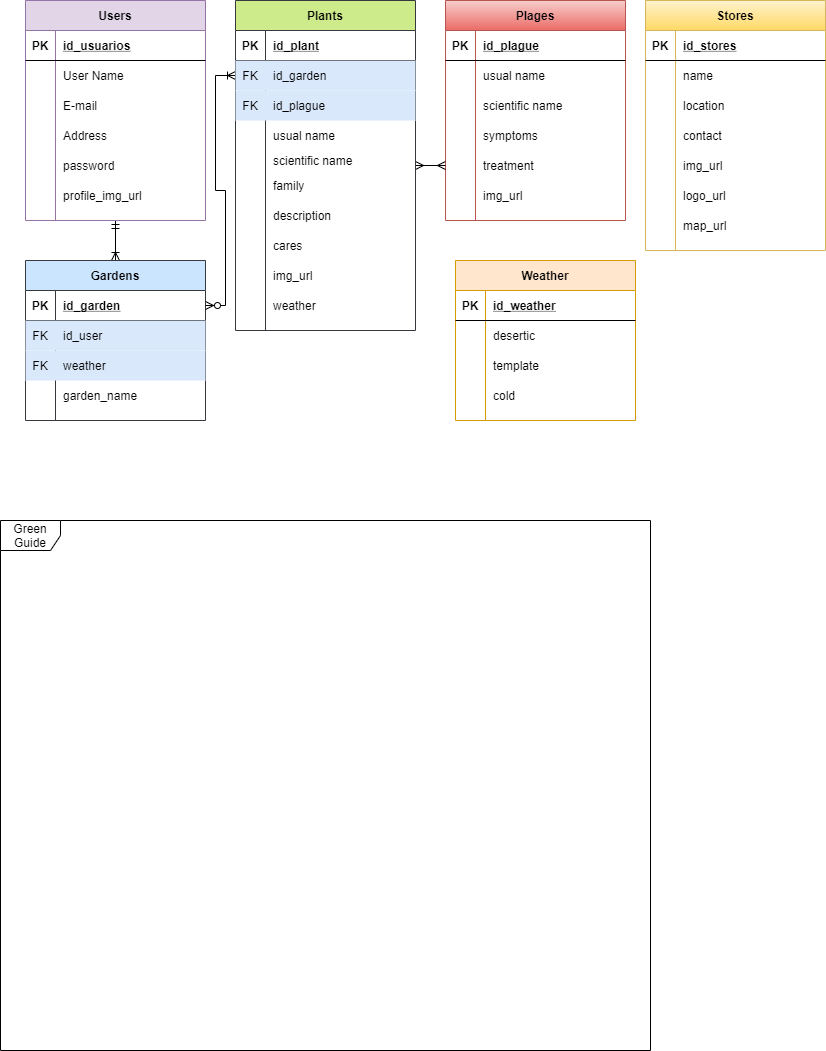
Before: Untitled Diagram.png, a diagram exported from draw.io (Green-Guide-utch/Entity-Relationship-Model). Source tidied: cells renumbered, new cells last; positions are measured from the earlier drawing's top-left corner, leaving out a move shared by most shapes.
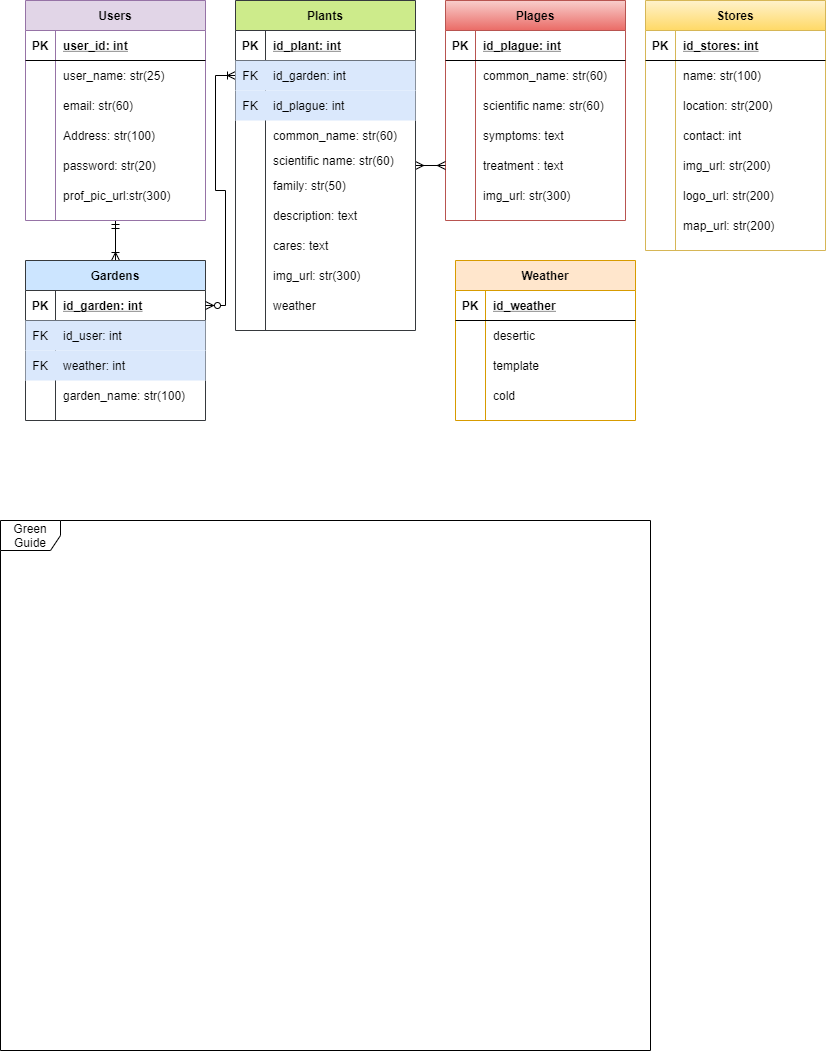
Later version of the same file.

The edit, as a diff of the source:
```diff
@@ -16,3 +16,3 @@
     </mxCell>
-    <mxCell id="6" value="id_plague" style="shape=partialRectangle;fillColor=none;top=0;left=0;bottom=0;right=0;align=left;spacingLeft=6;fontStyle=5;overflow=hidden;" parent="4" vertex="1">
+    <mxCell id="6" value="id_plague: int" style="shape=partialRectangle;fillColor=none;top=0;left=0;bottom=0;right=0;align=left;spacingLeft=6;fontStyle=5;overflow=hidden;" parent="4" vertex="1">
       <mxGeometry x="30" width="150" height="30" as="geometry" />
@@ -25,3 +25,3 @@
     </mxCell>
-    <mxCell id="9" value="usual name" style="shape=partialRectangle;fillColor=none;top=0;left=0;bottom=0;right=0;align=left;spacingLeft=6;overflow=hidden;" parent="7" vertex="1">
+    <mxCell id="9" value="common_name: str(60)" style="shape=partialRectangle;fillColor=none;top=0;left=0;bottom=0;right=0;align=left;spacingLeft=6;overflow=hidden;" parent="7" vertex="1">
       <mxGeometry x="30" width="150" height="30" as="geometry" />
@@ -34,3 +34,3 @@
     </mxCell>
-    <mxCell id="12" value="scientific name" style="shape=partialRectangle;fillColor=none;top=0;left=0;bottom=0;right=0;align=left;spacingLeft=6;overflow=hidden;" parent="10" vertex="1">
+    <mxCell id="12" value="scientific name: str(60)" style="shape=partialRectangle;fillColor=none;top=0;left=0;bottom=0;right=0;align=left;spacingLeft=6;overflow=hidden;" parent="10" vertex="1">
       <mxGeometry x="30" width="150" height="30" as="geometry" />
@@ -43,3 +43,3 @@
     </mxCell>
-    <mxCell id="15" value="symptoms" style="shape=partialRectangle;fillColor=none;top=0;left=0;bottom=0;right=0;align=left;spacingLeft=6;overflow=hidden;" parent="13" vertex="1">
+    <mxCell id="15" value="symptoms: text" style="shape=partialRectangle;fillColor=none;top=0;left=0;bottom=0;right=0;align=left;spacingLeft=6;overflow=hidden;" parent="13" vertex="1">
       <mxGeometry x="30" width="150" height="30" as="geometry" />
@@ -52,3 +52,3 @@
     </mxCell>
-    <mxCell id="18" value="treatment " style="shape=partialRectangle;fillColor=none;top=0;left=0;bottom=0;right=0;align=left;spacingLeft=6;overflow=hidden;" parent="16" vertex="1">
+    <mxCell id="18" value="treatment : text" style="shape=partialRectangle;fillColor=none;top=0;left=0;bottom=0;right=0;align=left;spacingLeft=6;overflow=hidden;" parent="16" vertex="1">
       <mxGeometry x="30" width="150" height="30" as="geometry" />
@@ -61,3 +61,3 @@
     </mxCell>
-    <mxCell id="21" value="img_url" style="shape=partialRectangle;fillColor=none;top=0;left=0;bottom=0;right=0;align=left;spacingLeft=6;overflow=hidden;" parent="19" vertex="1">
+    <mxCell id="21" value="img_url: str(300)" style="shape=partialRectangle;fillColor=none;top=0;left=0;bottom=0;right=0;align=left;spacingLeft=6;overflow=hidden;" parent="19" vertex="1">
       <mxGeometry x="30" width="150" height="30" as="geometry" />
@@ -79,3 +79,3 @@
     </mxCell>
-    <mxCell id="27" value="id_usuarios" style="shape=partialRectangle;fillColor=none;top=0;left=0;bottom=0;right=0;align=left;spacingLeft=6;fontStyle=5;overflow=hidden;" parent="25" vertex="1">
+    <mxCell id="27" value="user_id: int" style="shape=partialRectangle;fillColor=none;top=0;left=0;bottom=0;right=0;align=left;spacingLeft=6;fontStyle=5;overflow=hidden;" parent="25" vertex="1">
       <mxGeometry x="30" width="150" height="30" as="geometry" />
@@ -88,3 +88,3 @@
     </mxCell>
-    <mxCell id="30" value="User Name" style="shape=partialRectangle;fillColor=none;top=0;left=0;bottom=0;right=0;align=left;spacingLeft=6;overflow=hidden;" parent="28" vertex="1">
+    <mxCell id="30" value="user_name: str(25)" style="shape=partialRectangle;fillColor=none;top=0;left=0;bottom=0;right=0;align=left;spacingLeft=6;overflow=hidden;" parent="28" vertex="1">
       <mxGeometry x="30" width="150" height="30" as="geometry" />
@@ -97,3 +97,3 @@
     </mxCell>
-    <mxCell id="33" value="E-mail" style="shape=partialRectangle;fillColor=none;top=0;left=0;bottom=0;right=0;align=left;spacingLeft=6;overflow=hidden;" parent="31" vertex="1">
+    <mxCell id="33" value="email: str(60)" style="shape=partialRectangle;fillColor=none;top=0;left=0;bottom=0;right=0;align=left;spacingLeft=6;overflow=hidden;" parent="31" vertex="1">
       <mxGeometry x="30" width="150" height="30" as="geometry" />
@@ -106,3 +106,3 @@
     </mxCell>
-    <mxCell id="36" value="Address" style="shape=partialRectangle;fillColor=none;top=0;left=0;bottom=0;right=0;align=left;spacingLeft=6;overflow=hidden;" parent="34" vertex="1">
+    <mxCell id="36" value="Address: str(100)" style="shape=partialRectangle;fillColor=none;top=0;left=0;bottom=0;right=0;align=left;spacingLeft=6;overflow=hidden;" parent="34" vertex="1">
       <mxGeometry x="30" width="150" height="30" as="geometry" />
@@ -115,3 +115,3 @@
     </mxCell>
-    <mxCell id="39" value="password" style="shape=partialRectangle;fillColor=none;top=0;left=0;bottom=0;right=0;align=left;spacingLeft=6;overflow=hidden;" parent="37" vertex="1">
+    <mxCell id="39" value="password: str(20)" style="shape=partialRectangle;fillColor=none;top=0;left=0;bottom=0;right=0;align=left;spacingLeft=6;overflow=hidden;" parent="37" vertex="1">
       <mxGeometry x="30" width="150" height="30" as="geometry" />
@@ -124,3 +124,3 @@
     </mxCell>
-    <mxCell id="42" value="profile_img_url" style="shape=partialRectangle;fillColor=none;top=0;left=0;bottom=0;right=0;align=left;spacingLeft=6;overflow=hidden;" parent="40" vertex="1">
+    <mxCell id="42" value="prof_pic_url:str(300)" style="shape=partialRectangle;fillColor=none;top=0;left=0;bottom=0;right=0;align=left;spacingLeft=6;overflow=hidden;" parent="40" vertex="1">
       <mxGeometry x="30" width="150" height="30" as="geometry" />
@@ -136,3 +136,3 @@
     </mxCell>
-    <mxCell id="46" value="id_garden" style="shape=partialRectangle;fillColor=none;top=0;left=0;bottom=0;right=0;align=left;spacingLeft=6;fontStyle=5;overflow=hidden;" parent="44" vertex="1">
+    <mxCell id="46" value="id_garden: int" style="shape=partialRectangle;fillColor=none;top=0;left=0;bottom=0;right=0;align=left;spacingLeft=6;fontStyle=5;overflow=hidden;" parent="44" vertex="1">
       <mxGeometry x="30" width="150" height="30" as="geometry" />
@@ -145,3 +145,3 @@
     </mxCell>
-    <mxCell id="49" value="id_user" style="shape=partialRectangle;fillColor=none;top=0;left=0;bottom=0;right=0;align=left;spacingLeft=6;overflow=hidden;" parent="47" vertex="1">
+    <mxCell id="49" value="id_user: int" style="shape=partialRectangle;fillColor=none;top=0;left=0;bottom=0;right=0;align=left;spacingLeft=6;overflow=hidden;" parent="47" vertex="1">
       <mxGeometry x="30" width="150" height="30" as="geometry" />
@@ -154,3 +154,3 @@
     </mxCell>
-    <mxCell id="52" value="weather" style="shape=partialRectangle;fillColor=none;top=0;left=0;bottom=0;right=0;align=left;spacingLeft=6;overflow=hidden;" parent="50" vertex="1">
+    <mxCell id="52" value="weather: int" style="shape=partialRectangle;fillColor=none;top=0;left=0;bottom=0;right=0;align=left;spacingLeft=6;overflow=hidden;" parent="50" vertex="1">
       <mxGeometry x="30" width="150" height="30" as="geometry" />
@@ -163,3 +163,3 @@
     </mxCell>
-    <mxCell id="55" value="garden_name" style="shape=partialRectangle;fillColor=none;top=0;left=0;bottom=0;right=0;align=left;spacingLeft=6;overflow=hidden;" parent="53" vertex="1">
+    <mxCell id="55" value="garden_name: str(100)" style="shape=partialRectangle;fillColor=none;top=0;left=0;bottom=0;right=0;align=left;spacingLeft=6;overflow=hidden;" parent="53" vertex="1">
       <mxGeometry x="30" width="150" height="30" as="geometry" />
@@ -178,3 +178,3 @@
     </mxCell>
-    <mxCell id="60" value="id_plant" style="shape=partialRectangle;fillColor=none;top=0;left=0;bottom=0;right=0;align=left;spacingLeft=6;fontStyle=5;overflow=hidden;" parent="58" vertex="1">
+    <mxCell id="60" value="id_plant: int" style="shape=partialRectangle;fillColor=none;top=0;left=0;bottom=0;right=0;align=left;spacingLeft=6;fontStyle=5;overflow=hidden;" parent="58" vertex="1">
       <mxGeometry x="30" width="150" height="30" as="geometry" />
@@ -187,3 +187,3 @@
     </mxCell>
-    <mxCell id="63" value="id_garden" style="shape=partialRectangle;fillColor=none;top=0;left=0;bottom=0;right=0;align=left;spacingLeft=6;overflow=hidden;" parent="61" vertex="1">
+    <mxCell id="63" value="id_garden: int" style="shape=partialRectangle;fillColor=none;top=0;left=0;bottom=0;right=0;align=left;spacingLeft=6;overflow=hidden;" parent="61" vertex="1">
       <mxGeometry x="30" width="150" height="30" as="geometry" />
@@ -196,3 +196,3 @@
     </mxCell>
-    <mxCell id="66" value="id_plague" style="shape=partialRectangle;top=0;left=0;bottom=0;right=0;align=left;spacingLeft=6;overflow=hidden;gradientColor=#ffffff;fillColor=none;" parent="64" vertex="1">
+    <mxCell id="66" value="id_plague: int" style="shape=partialRectangle;top=0;left=0;bottom=0;right=0;align=left;spacingLeft=6;overflow=hidden;gradientColor=#ffffff;fillColor=none;" parent="64" vertex="1">
       <mxGeometry x="30" width="150" height="30" as="geometry" />
@@ -205,3 +205,3 @@
     </mxCell>
-    <mxCell id="69" value="usual name" style="shape=partialRectangle;fillColor=none;top=0;left=0;bottom=0;right=0;align=left;spacingLeft=6;overflow=hidden;" parent="67" vertex="1">
+    <mxCell id="69" value="common_name: str(60)" style="shape=partialRectangle;fillColor=none;top=0;left=0;bottom=0;right=0;align=left;spacingLeft=6;overflow=hidden;" parent="67" vertex="1">
       <mxGeometry x="30" width="150" height="30" as="geometry" />
@@ -214,3 +214,3 @@
     </mxCell>
-    <mxCell id="72" value="scientific name" style="shape=partialRectangle;fillColor=none;top=0;left=0;bottom=0;right=0;align=left;spacingLeft=6;overflow=hidden;" parent="70" vertex="1">
+    <mxCell id="72" value="scientific name: str(60)" style="shape=partialRectangle;fillColor=none;top=0;left=0;bottom=0;right=0;align=left;spacingLeft=6;overflow=hidden;" parent="70" vertex="1">
       <mxGeometry x="30" width="150" height="20" as="geometry" />
@@ -223,3 +223,3 @@
     </mxCell>
-    <mxCell id="75" value="family" style="shape=partialRectangle;fillColor=none;top=0;left=0;bottom=0;right=0;align=left;spacingLeft=6;overflow=hidden;" parent="73" vertex="1">
+    <mxCell id="75" value="family: str(50)" style="shape=partialRectangle;fillColor=none;top=0;left=0;bottom=0;right=0;align=left;spacingLeft=6;overflow=hidden;" parent="73" vertex="1">
       <mxGeometry x="30" width="150" height="30" as="geometry" />
@@ -232,3 +232,3 @@
     </mxCell>
-    <mxCell id="78" value="description" style="shape=partialRectangle;fillColor=none;top=0;left=0;bottom=0;right=0;align=left;spacingLeft=6;overflow=hidden;" parent="76" vertex="1">
+    <mxCell id="78" value="description: text" style="shape=partialRectangle;fillColor=none;top=0;left=0;bottom=0;right=0;align=left;spacingLeft=6;overflow=hidden;" parent="76" vertex="1">
       <mxGeometry x="30" width="150" height="30" as="geometry" />
@@ -241,3 +241,3 @@
     </mxCell>
-    <mxCell id="81" value="cares" style="shape=partialRectangle;fillColor=none;top=0;left=0;bottom=0;right=0;align=left;spacingLeft=6;overflow=hidden;" parent="79" vertex="1">
+    <mxCell id="81" value="cares: text" style="shape=partialRectangle;fillColor=none;top=0;left=0;bottom=0;right=0;align=left;spacingLeft=6;overflow=hidden;" parent="79" vertex="1">
       <mxGeometry x="30" width="150" height="30" as="geometry" />
@@ -250,3 +250,3 @@
     </mxCell>
-    <mxCell id="84" value="img_url" style="shape=partialRectangle;fillColor=none;top=0;left=0;bottom=0;right=0;align=left;spacingLeft=6;overflow=hidden;" parent="82" vertex="1">
+    <mxCell id="84" value="img_url: str(300)" style="shape=partialRectangle;fillColor=none;top=0;left=0;bottom=0;right=0;align=left;spacingLeft=6;overflow=hidden;" parent="82" vertex="1">
       <mxGeometry x="30" width="150" height="30" as="geometry" />
@@ -271,3 +271,3 @@
     </mxCell>
-    <mxCell id="91" value="id_stores" style="shape=partialRectangle;fillColor=none;top=0;left=0;bottom=0;right=0;align=left;spacingLeft=6;fontStyle=5;overflow=hidden;" parent="89" vertex="1">
+    <mxCell id="91" value="id_stores: int" style="shape=partialRectangle;fillColor=none;top=0;left=0;bottom=0;right=0;align=left;spacingLeft=6;fontStyle=5;overflow=hidden;" parent="89" vertex="1">
       <mxGeometry x="30" width="150" height="30" as="geometry" />
@@ -280,3 +280,3 @@
     </mxCell>
-    <mxCell id="94" value="name" style="shape=partialRectangle;fillColor=none;top=0;left=0;bottom=0;right=0;align=left;spacingLeft=6;overflow=hidden;" parent="92" vertex="1">
+    <mxCell id="94" value="name: str(100)" style="shape=partialRectangle;fillColor=none;top=0;left=0;bottom=0;right=0;align=left;spacingLeft=6;overflow=hidden;" parent="92" vertex="1">
       <mxGeometry x="30" width="150" height="30" as="geometry" />
@@ -289,3 +289,3 @@
     </mxCell>
-    <mxCell id="97" value="location" style="shape=partialRectangle;fillColor=none;top=0;left=0;bottom=0;right=0;align=left;spacingLeft=6;overflow=hidden;" parent="95" vertex="1">
+    <mxCell id="97" value="location: str(200)" style="shape=partialRectangle;fillColor=none;top=0;left=0;bottom=0;right=0;align=left;spacingLeft=6;overflow=hidden;" parent="95" vertex="1">
       <mxGeometry x="30" width="150" height="30" as="geometry" />
@@ -298,3 +298,3 @@
     </mxCell>
-    <mxCell id="100" value="contact" style="shape=partialRectangle;fillColor=none;top=0;left=0;bottom=0;right=0;align=left;spacingLeft=6;overflow=hidden;" parent="98" vertex="1">
+    <mxCell id="100" value="contact: int" style="shape=partialRectangle;fillColor=none;top=0;left=0;bottom=0;right=0;align=left;spacingLeft=6;overflow=hidden;" parent="98" vertex="1">
       <mxGeometry x="30" width="150" height="30" as="geometry" />
@@ -307,3 +307,3 @@
     </mxCell>
-    <mxCell id="103" value="img_url" style="shape=partialRectangle;fillColor=none;top=0;left=0;bottom=0;right=0;align=left;spacingLeft=6;overflow=hidden;" parent="101" vertex="1">
+    <mxCell id="103" value="img_url: str(200)" style="shape=partialRectangle;fillColor=none;top=0;left=0;bottom=0;right=0;align=left;spacingLeft=6;overflow=hidden;" parent="101" vertex="1">
       <mxGeometry x="30" width="150" height="30" as="geometry" />
@@ -316,3 +316,3 @@
     </mxCell>
-    <mxCell id="106" value="logo_url" style="shape=partialRectangle;fillColor=none;top=0;left=0;bottom=0;right=0;align=left;spacingLeft=6;overflow=hidden;" parent="104" vertex="1">
+    <mxCell id="106" value="logo_url: str(200)" style="shape=partialRectangle;fillColor=none;top=0;left=0;bottom=0;right=0;align=left;spacingLeft=6;overflow=hidden;" parent="104" vertex="1">
       <mxGeometry x="30" width="150" height="30" as="geometry" />
@@ -325,3 +325,3 @@
     </mxCell>
-    <mxCell id="109" value="map_url" style="shape=partialRectangle;fillColor=none;top=0;left=0;bottom=0;right=0;align=left;spacingLeft=6;overflow=hidden;" parent="107" vertex="1">
+    <mxCell id="109" value="map_url: str(200)" style="shape=partialRectangle;fillColor=none;top=0;left=0;bottom=0;right=0;align=left;spacingLeft=6;overflow=hidden;" parent="107" vertex="1">
       <mxGeometry x="30" width="150" height="30" as="geometry" />
```
